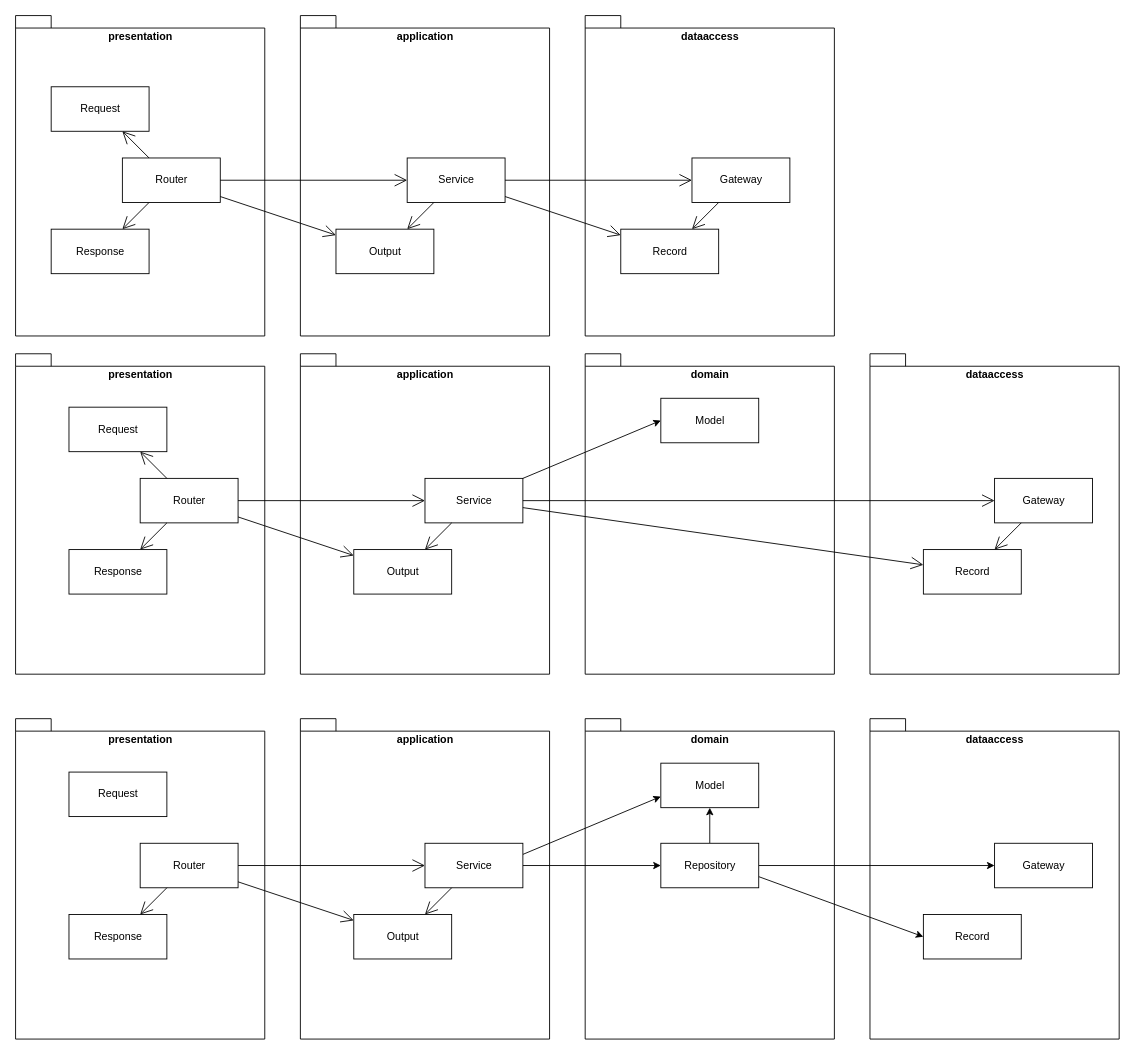
Above: docs/architecture.drawio in matsu9608/reversi-app (draw.io), before the change. Source tidied: cells renumbered, new cells numbered last; positions are measured from the earlier drawing's top-left corner, leaving out a move shared by most shapes. Both pictures are drawn from the tidied source at 89%, with x=0, y=0 at pixel (15, 15).
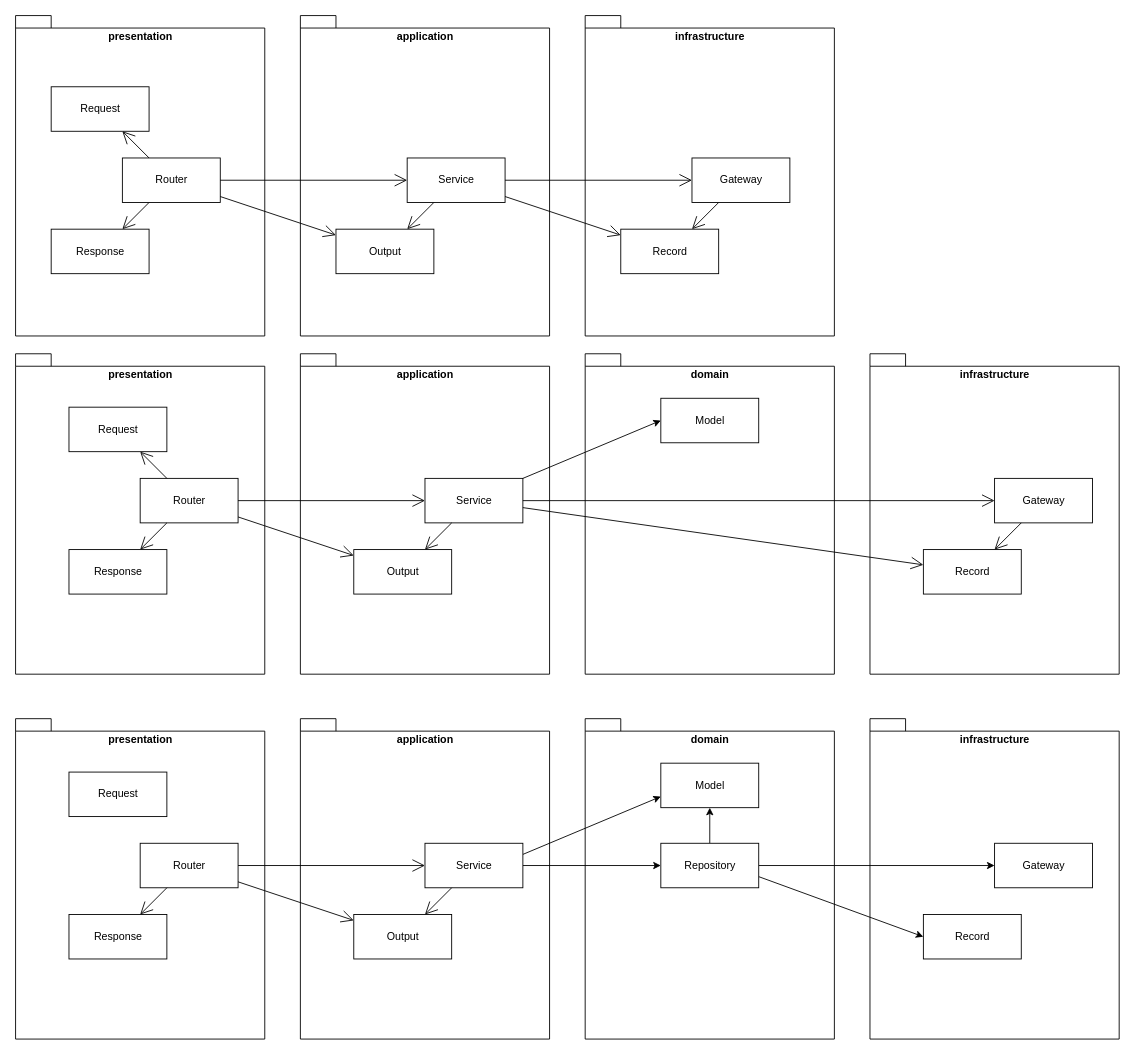
The same diagram, later.

Commit message (it also covers changes not shown here):
アーキテクチャ図追加

Change to the diagram source:
```diff
@@
-    <mxCell id="4" value="dataaccess" style="shape=folder;fontStyle=1;spacingTop=10;tabWidth=40;tabHeight=14;tabPosition=left;html=1;verticalAlign=top;fillColor=none;" parent="1" vertex="1">
+    <mxCell id="4" value="infrastructure" style="shape=folder;fontStyle=1;spacingTop=10;tabWidth=40;tabHeight=14;tabPosition=left;html=1;verticalAlign=top;fillColor=none;" parent="1" vertex="1">
       <mxGeometry x="640" width="280" height="360" as="geometry" />
     </mxCell>
@@
-    <mxCell id="22" value="dataaccess" style="shape=folder;fontStyle=1;spacingTop=10;tabWidth=40;tabHeight=14;tabPosition=left;html=1;verticalAlign=top;fillColor=none;" parent="1" vertex="1">
+    <mxCell id="22" value="infrastructure" style="shape=folder;fontStyle=1;spacingTop=10;tabWidth=40;tabHeight=14;tabPosition=left;html=1;verticalAlign=top;fillColor=none;" parent="1" vertex="1">
       <mxGeometry x="960" y="380" width="280" height="360" as="geometry" />
     </mxCell>
@@
-    <mxCell id="43" value="dataaccess" style="shape=folder;fontStyle=1;spacingTop=10;tabWidth=40;tabHeight=14;tabPosition=left;html=1;verticalAlign=top;fillColor=none;" parent="1" vertex="1">
+    <mxCell id="43" value="infrastructure" style="shape=folder;fontStyle=1;spacingTop=10;tabWidth=40;tabHeight=14;tabPosition=left;html=1;verticalAlign=top;fillColor=none;" parent="1" vertex="1">
       <mxGeometry x="960" y="790" width="280" height="360" as="geometry" />
     </mxCell>
```
